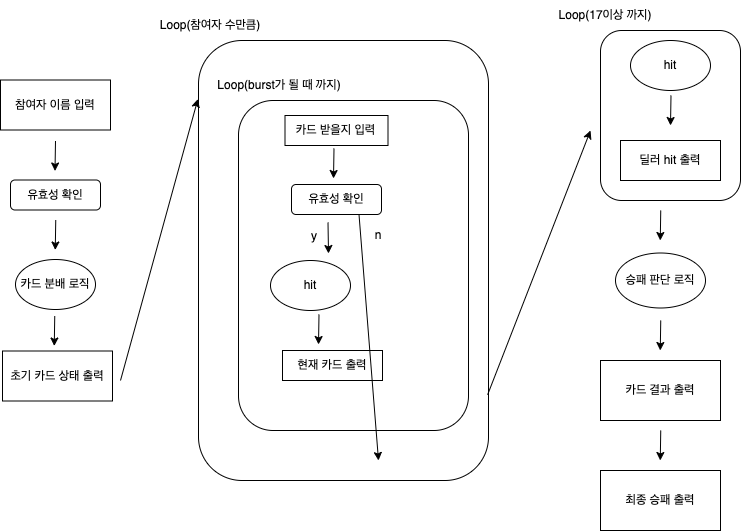
This is docs/FlowChart.png from woowacourse/java-blackjack, a draw.io export, as it was before one commit. Source tidied: cells renumbered, new cells last; positions are measured from the earlier drawing's top-left corner, leaving out a move shared by most shapes.
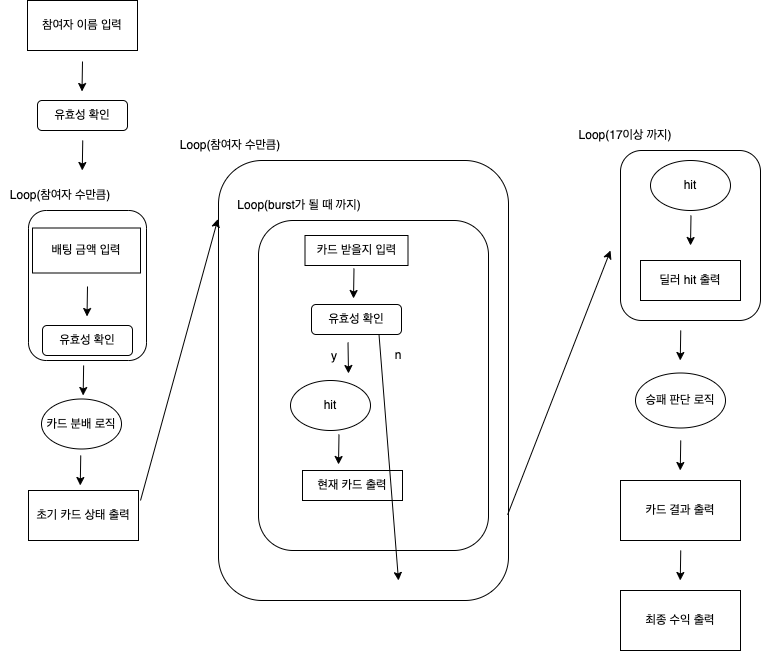
Above is the later version.

Commit message:
docs: 추가 기능 목록 추가

The edit, as a diff of the source:
```diff
@@ -2,25 +2,28 @@
   <root>
     <mxCell id="0" />
     <mxCell id="1" parent="0" />
+    <mxCell id="36" style="rounded=1;whiteSpace=wrap;html=1;" parent="1" vertex="1">
+      <mxGeometry x="8" y="90" width="118" height="150" as="geometry" />
+    </mxCell>
     <mxCell id="2" value="참여자 이름 입력" style="rounded=0;whiteSpace=wrap;html=1;" parent="1" vertex="1">
-      <mxGeometry y="79.5" width="110" height="50" as="geometry" />
+      <mxGeometry x="7" y="-120" width="110" height="50" as="geometry" />
     </mxCell>
     <mxCell id="3" style="endArrow=classic;html=1;rounded=0;" parent="1" edge="1">
       <mxGeometry relative="1" as="geometry">
-        <mxPoint x="55" y="140.5" as="sourcePoint" />
-        <mxPoint x="54.5" y="170.5" as="targetPoint" />
+        <mxPoint x="62" y="-59" as="sourcePoint" />
+        <mxPoint x="61.5" y="-29" as="targetPoint" />
       </mxGeometry>
     </mxCell>
     <mxCell id="4" value="유효성 확인" style="rounded=1;whiteSpace=wrap;html=1;" parent="1" vertex="1">
-      <mxGeometry x="10" y="179.5" width="90" height="30" as="geometry" />
+      <mxGeometry x="17" y="-20" width="90" height="30" as="geometry" />
     </mxCell>
     <mxCell id="5" value="초기 카드 상태 출력" style="rounded=0;whiteSpace=wrap;html=1;" parent="1" vertex="1">
-      <mxGeometry x="2" y="350.5" width="110" height="50" as="geometry" />
+      <mxGeometry x="8" y="370" width="110" height="50" as="geometry" />
     </mxCell>
     <mxCell id="6" style="endArrow=classic;html=1;rounded=0;" parent="1" edge="1">
       <mxGeometry relative="1" as="geometry">
-        <mxPoint x="54.2" y="315.5" as="sourcePoint" />
-        <mxPoint x="53.8" y="345.5" as="targetPoint" />
+        <mxPoint x="60.2" y="335" as="sourcePoint" />
+        <mxPoint x="59.8" y="365" as="targetPoint" />
       </mxGeometry>
     </mxCell>
     <mxCell id="7" value="Loop(참여자 수만큼)" style="text;html=1;strokeColor=none;fillColor=none;align=center;verticalAlign=middle;whiteSpace=wrap;rounded=0;" parent="1" vertex="1">
@@ -100,7 +103,7 @@
     <mxCell id="27" value="승패 판단 로직" style="ellipse;whiteSpace=wrap;html=1;" parent="1" vertex="1">
       <mxGeometry x="615" y="252.5" width="90" height="55" as="geometry" />
     </mxCell>
-    <mxCell id="28" value="최종 승패 출력" style="rounded=0;whiteSpace=wrap;html=1;" parent="1" vertex="1">
+    <mxCell id="28" value="최종 수익 출력" style="rounded=0;whiteSpace=wrap;html=1;" parent="1" vertex="1">
       <mxGeometry x="600" y="470" width="120" height="60" as="geometry" />
     </mxCell>
     <mxCell id="29" style="endArrow=classic;html=1;rounded=0;" parent="1" edge="1">
@@ -122,12 +125,12 @@
       </mxGeometry>
     </mxCell>
     <mxCell id="32" value="카드 분배 로직" style="ellipse;whiteSpace=wrap;html=1;" parent="1" vertex="1">
-      <mxGeometry x="15" y="259" width="80" height="50" as="geometry" />
+      <mxGeometry x="21" y="278.5" width="80" height="50" as="geometry" />
     </mxCell>
     <mxCell id="33" style="endArrow=classic;html=1;rounded=0;" parent="1" edge="1">
       <mxGeometry relative="1" as="geometry">
-        <mxPoint x="55.2" y="219.5" as="sourcePoint" />
-        <mxPoint x="54.8" y="249.5" as="targetPoint" />
+        <mxPoint x="62.2" y="20" as="sourcePoint" />
+        <mxPoint x="61.8" y="50" as="targetPoint" />
       </mxGeometry>
     </mxCell>
     <mxCell id="34" style="endArrow=classic;html=1;rounded=0;entryX=-0.002;entryY=0.133;entryDx=0;entryDy=0;entryPerimeter=0;" parent="1" edge="1" target="8">
@@ -140,5 +143,26 @@
         <mxPoint x="590" y="130" as="targetPoint" />
       </mxGeometry>
     </mxCell>
+    <mxCell id="37" value="배팅 금액 입력" style="rounded=0;whiteSpace=wrap;html=1;" parent="1" vertex="1">
+      <mxGeometry x="12" y="107.5" width="108" height="45" as="geometry" />
+    </mxCell>
+    <mxCell id="38" style="endArrow=classic;html=1;rounded=0;" parent="1" edge="1">
+      <mxGeometry relative="1" as="geometry">
+        <mxPoint x="67" y="166" as="sourcePoint" />
+        <mxPoint x="66.5" y="196" as="targetPoint" />
+      </mxGeometry>
+    </mxCell>
+    <mxCell id="39" value="유효성 확인" style="rounded=1;whiteSpace=wrap;html=1;" parent="1" vertex="1">
+      <mxGeometry x="22" y="205" width="90" height="30" as="geometry" />
+    </mxCell>
+    <mxCell id="40" style="endArrow=classic;html=1;rounded=0;" parent="1" edge="1">
+      <mxGeometry relative="1" as="geometry">
+        <mxPoint x="63.1" y="245" as="sourcePoint" />
+        <mxPoint x="62.6" y="275" as="targetPoint" />
+      </mxGeometry>
+    </mxCell>
+    <mxCell id="41" value="Loop(참여자 수만큼)" style="text;html=1;strokeColor=none;fillColor=none;align=center;verticalAlign=middle;whiteSpace=wrap;rounded=0;" parent="1" vertex="1">
+      <mxGeometry x="-20" y="60" width="120" height="30" as="geometry" />
+    </mxCell>
   </root>
 </mxGraphModel>
```
